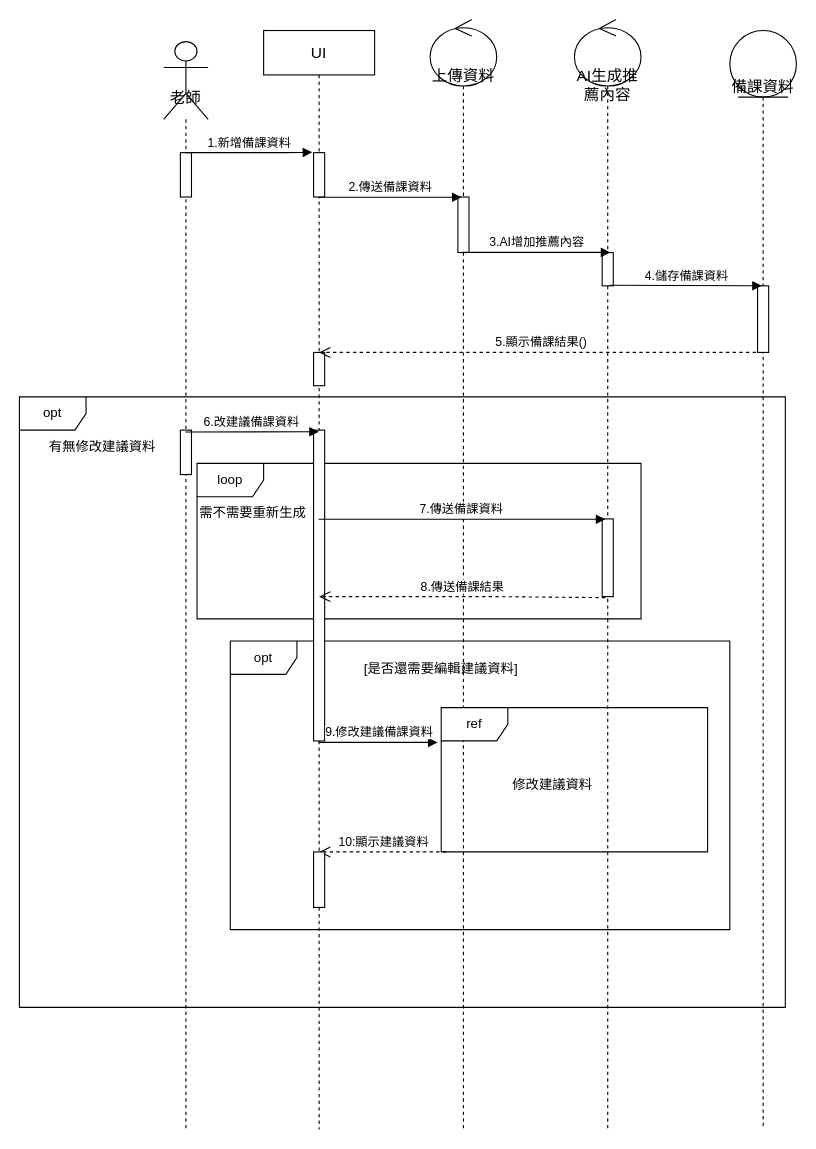
The draw.io diagram AC循序圖(建立備課資料並修改建議資料).drawio in Kevincheng0804/System-analysis, before the edit. Source tidied: cells renumbered, new cells numbered last; positions are measured from the earlier drawing's top-left corner, leaving out a move shared by most shapes. Both pictures are drawn from the tidied source at 111%, with x=0, y=0 at pixel (19, 19).
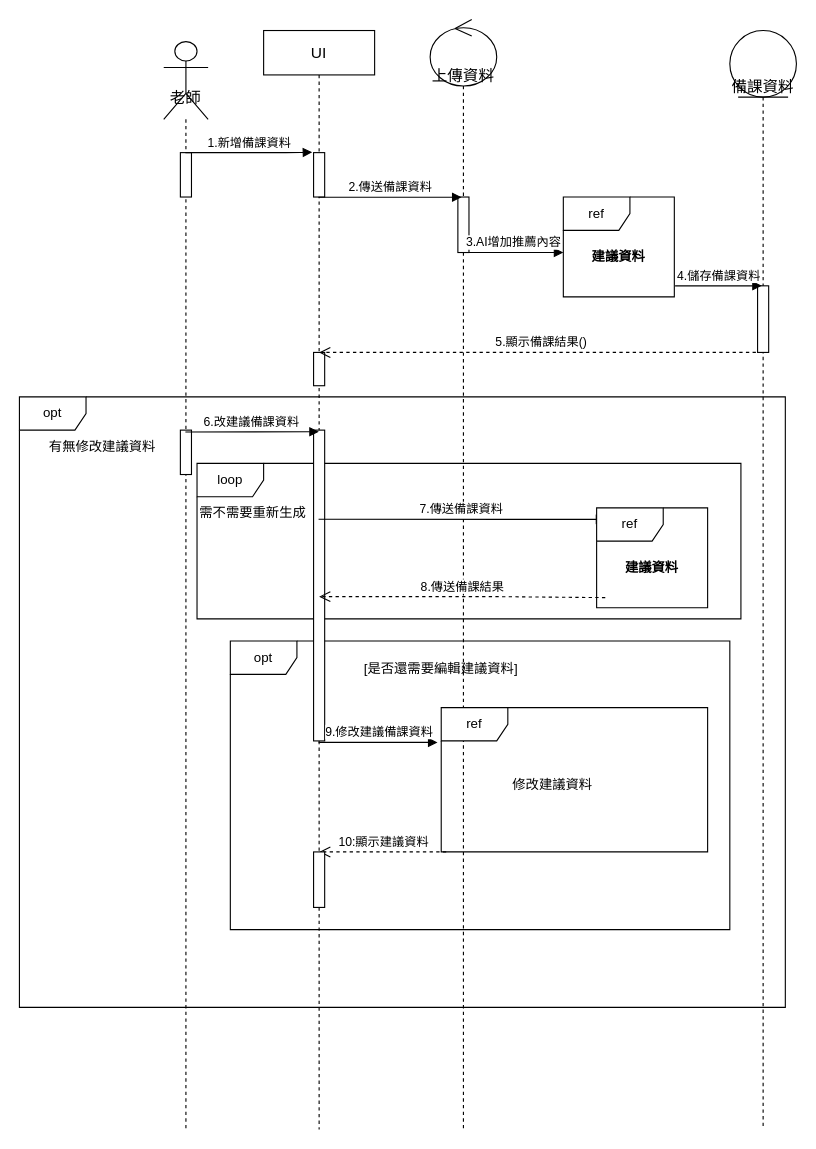
The same diagram, later.

Unchanged cells that the change refers to:
```xml
<mxCell id="14" value="上傳資料" style="shape=umlLifeline;participant=umlControl;perimeter=lifelinePerimeter;whiteSpace=wrap;html=1;verticalAlign=top;spacingTop=36;outlineConnect=0;fontSize=14;size=60;align=center;" parent="1" vertex="1">
  <mxGeometry x="370" width="60" height="1000" as="geometry" />
</mxCell>
```

The edit, as a diff of the source:
```diff
@@
+    <mxCell id="4" value="opt" style="shape=umlFrame;whiteSpace=wrap;html=1;" parent="1" vertex="1">
+      <mxGeometry y="340" width="690" height="550" as="geometry" />
+    </mxCell>
@@
     <mxCell id="3" value="loop" style="shape=umlFrame;whiteSpace=wrap;html=1;" parent="1" vertex="1">
-      <mxGeometry x="160" y="400" width="400" height="140" as="geometry" />
+      <mxGeometry x="160" y="400" width="490" height="140" as="geometry" />
     </mxCell>
-    <mxCell id="4" value="opt" style="shape=umlFrame;whiteSpace=wrap;html=1;" parent="1" vertex="1">
-      <mxGeometry y="340" width="690" height="550" as="geometry" />
-    </mxCell>
@@
-    <mxCell id="17" value="AI生成推薦內容" style="shape=umlLifeline;participant=umlControl;perimeter=lifelinePerimeter;whiteSpace=wrap;html=1;verticalAlign=top;spacingTop=36;fontSize=14;size=60;align=center;" parent="1" vertex="1">
-      <mxGeometry x="500" width="60" height="1000" as="geometry" />
-    </mxCell>
-    <mxCell id="18" style="html=1;points=[];perimeter=orthogonalPerimeter;" parent="17" vertex="1">
-      <mxGeometry x="25" y="210" width="10" height="30" as="geometry" />
-    </mxCell>
-    <mxCell id="19" style="html=1;points=[];perimeter=orthogonalPerimeter;" parent="17" vertex="1">
-      <mxGeometry x="25" y="450" width="10" height="70" as="geometry" />
-    </mxCell>
@@
-    <mxCell id="22" value="3.AI增加推薦內容" style="html=1;verticalAlign=bottom;startArrow=none;startFill=0;endArrow=block;startSize=8;entryX=0.735;entryY=-0.004;entryDx=0;entryDy=0;entryPerimeter=0;" parent="1" edge="1" source="14" target="18">
-      <mxGeometry relative="1" as="geometry" />
+    <mxCell id="22" value="3.AI增加推薦內容" style="html=1;verticalAlign=bottom;startArrow=none;startFill=0;endArrow=block;startSize=8;" parent="1" edge="1" source="14">
+      <mxGeometry relative="1" as="geometry">
+        <mxPoint x="490" y="210" as="targetPoint" />
+      </mxGeometry>
     </mxCell>
@@
-    <mxCell id="24" value="7.傳送備課資料" style="html=1;verticalAlign=bottom;startArrow=none;startFill=0;endArrow=block;startSize=8;entryX=0.283;entryY=0.005;entryDx=0;entryDy=0;entryPerimeter=0;" parent="1" edge="1" target="19">
+    <mxCell id="24" value="7.傳送備課資料" style="html=1;verticalAlign=bottom;startArrow=none;startFill=0;endArrow=block;startSize=8;entryX=0.283;entryY=0.005;entryDx=0;entryDy=0;entryPerimeter=0;" parent="1" edge="1">
       <mxGeometry relative="1" as="geometry">
         <mxPoint x="269.5" y="450.3" as="sourcePoint" />
+        <mxPoint x="527.8" y="450.4" as="targetPoint" />
       </mxGeometry>
     </mxCell>
@@
-    <mxCell id="26" value="8.傳送備課結果" style="html=1;verticalAlign=bottom;endArrow=open;dashed=1;endSize=8;exitX=0.283;exitY=1.013;exitDx=0;exitDy=0;exitPerimeter=0;" parent="1" edge="1" source="19">
+    <mxCell id="26" value="8.傳送備課結果" style="html=1;verticalAlign=bottom;endArrow=open;dashed=1;endSize=8;exitX=0.283;exitY=1.013;exitDx=0;exitDy=0;exitPerimeter=0;" parent="1" edge="1">
       <mxGeometry relative="1" as="geometry">
+        <mxPoint x="527.8" y="520.9" as="sourcePoint" />
         <mxPoint x="270" y="520" as="targetPoint" />
         <Array as="points">
           <mxPoint x="427.8" y="520" />
         </Array>
       </mxGeometry>
     </mxCell>
@@
-    <mxCell id="34" value="4.儲存備課資料" style="html=1;verticalAlign=bottom;startArrow=none;startFill=0;endArrow=block;startSize=8;entryX=0.33;entryY=0.003;entryDx=0;entryDy=0;entryPerimeter=0;exitX=0.664;exitY=0.982;exitDx=0;exitDy=0;exitPerimeter=0;" parent="1" edge="1" source="18">
+    <mxCell id="34" value="4.儲存備課資料" style="html=1;verticalAlign=bottom;startArrow=none;startFill=0;endArrow=block;startSize=8;entryX=0.33;entryY=0.003;entryDx=0;entryDy=0;entryPerimeter=0;exitX=1.007;exitY=0.889;exitDx=0;exitDy=0;exitPerimeter=0;" parent="1" edge="1" source="36">
       <mxGeometry relative="1" as="geometry">
         <mxPoint x="668.8" y="240" as="targetPoint" />
       </mxGeometry>
     </mxCell>
+    <mxCell id="35" value="ref" style="shape=umlFrame;whiteSpace=wrap;html=1;" parent="1" vertex="1">
+      <mxGeometry x="520" y="440" width="100" height="90" as="geometry" />
+    </mxCell>
+    <mxCell id="36" value="ref" style="shape=umlFrame;whiteSpace=wrap;html=1;" parent="1" vertex="1">
+      <mxGeometry x="490" y="160" width="100" height="90" as="geometry" />
+    </mxCell>
+    <mxCell id="37" value="建議資料" style="text;align=center;fontStyle=1;verticalAlign=middle;spacingLeft=3;spacingRight=3;strokeColor=none;" parent="1" vertex="1">
+      <mxGeometry x="500" y="200" width="80" height="26" as="geometry" />
+    </mxCell>
+    <mxCell id="38" value="建議資料" style="text;align=center;fontStyle=1;verticalAlign=middle;spacingLeft=3;spacingRight=3;strokeColor=none;" parent="1" vertex="1">
+      <mxGeometry x="530" y="480" width="80" height="26" as="geometry" />
+    </mxCell>
```
